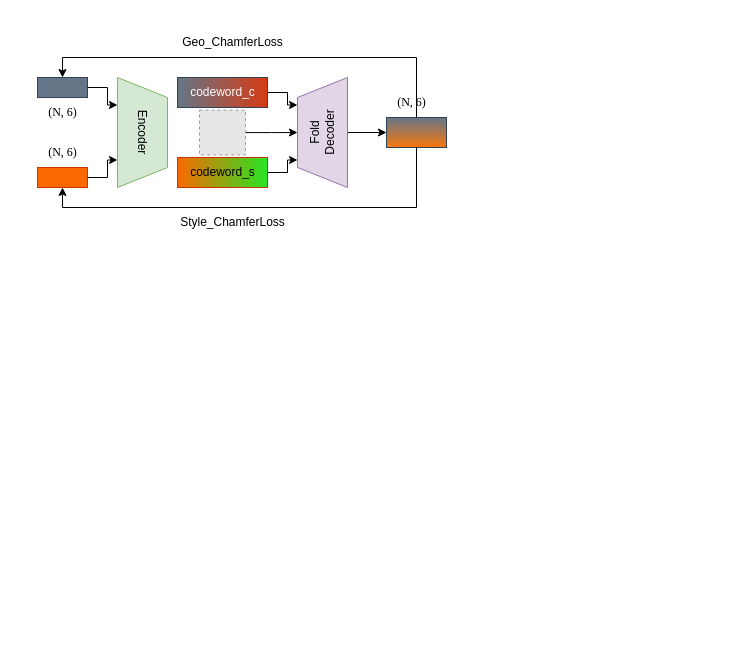
Earlier version of the draw.io diagram 未命名绘图.drawio (susu-attempt/mychart). Source tidied: cells renumbered, new cells numbered last; positions are measured from the earlier drawing's top-left corner, leaving out a move shared by most shapes. Both pictures are drawn from the tidied source at 100%, with x=0, y=0 at pixel (17, 17). Pictures stored in the file or linked from it are replaced by grey dashed boxes.
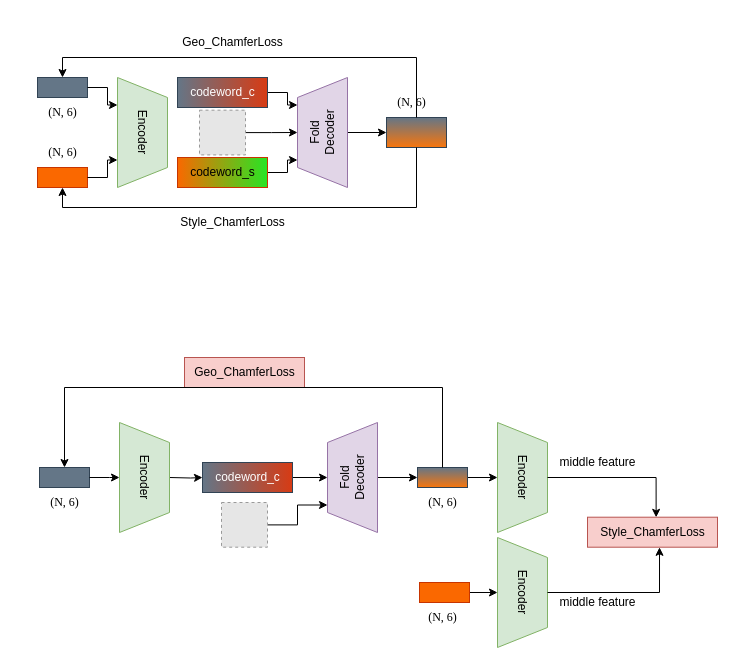
The same diagram, later.

Commit message:
更新未命名绘图.drawio

Change to the diagram source:
```diff
@@
+    <mxCell id="25" style="edgeStyle=orthogonalEdgeStyle;rounded=0;jettySize=auto;html=1;" parent="1" edge="1" target="32">
+      <mxGeometry relative="1" as="geometry">
+        <mxPoint x="152" y="460" as="sourcePoint" />
+      </mxGeometry>
+    </mxCell>
+    <mxCell id="26" style="group;" parent="1" vertex="1">
+      <mxGeometry x="2" y="400" width="70" height="160" as="geometry" />
+    </mxCell>
+    <mxCell id="27" style="rounded=0;whiteSpace=wrap;html=1;fillColor=#647687;fontColor=#ffffff;strokeColor=#314354;" parent="26" vertex="1">
+      <mxGeometry x="20" y="50" width="50" height="20" as="geometry" />
+    </mxCell>
+    <mxCell id="28" value="(N, 6)" style="text;html=1;align=center;verticalAlign=middle;strokeColor=none;fillColor=none;fontFamily=Times New Roman;" parent="26" vertex="1">
+      <mxGeometry x="20" y="70" width="50" height="30" as="geometry" />
+    </mxCell>
+    <mxCell id="29" style="edgeStyle=orthogonalEdgeStyle;rounded=0;jettySize=auto;html=1;entryX=0;entryY=0.5;entryDx=0;entryDy=0;" parent="1" edge="1" source="30" target="38">
+      <mxGeometry relative="1" as="geometry" />
+    </mxCell>
+    <mxCell id="30" value="Fold&lt;div&gt;Decoder&lt;/div&gt;" style="shape=trapezoid;perimeter=trapezoidPerimeter;whiteSpace=wrap;html=1;fixedSize=1;rotation=-90;fillColor=#e1d5e7;strokeColor=#9673a6;" parent="1" vertex="1">
+      <mxGeometry x="280" y="435" width="110" height="50" as="geometry" />
+    </mxCell>
+    <mxCell id="31" style="edgeStyle=orthogonalEdgeStyle;rounded=0;jettySize=auto;html=1;entryX=0.5;entryY=0;entryDx=0;entryDy=0;" parent="1" edge="1" source="32" target="30">
+      <mxGeometry relative="1" as="geometry" />
+    </mxCell>
+    <mxCell id="32" value="codeword_c" style="text;html=1;align=center;verticalAlign=middle;points=[];fillColor=#647687;gradientDirection=east;fontColor=#ffffff;strokeColor=#314354;gradientColor=#d73b14;" parent="1" vertex="1">
+      <mxGeometry x="185" y="445" width="90" height="30" as="geometry" />
+    </mxCell>
+    <mxCell id="33" style="edgeStyle=orthogonalEdgeStyle;rounded=0;jettySize=auto;html=1;entryX=0.25;entryY=0;entryDx=0;entryDy=0;" parent="1" edge="1" source="34" target="30">
+      <mxGeometry relative="1" as="geometry" />
+    </mxCell>
+    <mxCell id="34" style="fillColor=#E6E6E6;strokeColor=#999999;dashed=1;verticalLabelPosition=bottom;labelBackgroundColor=default;verticalAlign=top;" parent="1" vertex="1">
+      <mxGeometry x="204" y="485" width="46" height="44.7" as="geometry" />
+    </mxCell>
+    <mxCell id="35" style="group;" parent="1" vertex="1">
+      <mxGeometry x="420" y="340" width="140" height="160" as="geometry" />
+    </mxCell>
+    <mxCell id="36" value="(N, 6)" style="text;html=1;align=center;verticalAlign=middle;strokeColor=none;fillColor=none;fontFamily=Times New Roman;" parent="35" vertex="1">
+      <mxGeometry x="-20" y="130" width="50" height="30" as="geometry" />
+    </mxCell>
+    <mxCell id="37" style="edgeStyle=orthogonalEdgeStyle;rounded=0;jettySize=auto;html=1;" parent="35" edge="1" source="38" target="39">
+      <mxGeometry relative="1" as="geometry" />
+    </mxCell>
+    <mxCell id="38" style="rounded=0;whiteSpace=wrap;html=1;fillColor=#647687;fontColor=#ffffff;strokeColor=#314354;gradientColor=#f8760d;" parent="35" vertex="1">
+      <mxGeometry x="-20" y="110" width="50" height="20" as="geometry" />
+    </mxCell>
+    <mxCell id="39" value="Encoder" style="shape=trapezoid;perimeter=trapezoidPerimeter;whiteSpace=wrap;html=1;fixedSize=1;rotation=90;fillColor=#d5e8d4;strokeColor=#82b366;" parent="35" vertex="1">
+      <mxGeometry x="30" y="95" width="110" height="50" as="geometry" />
+    </mxCell>
+    <mxCell id="40" style="edgeStyle=orthogonalEdgeStyle;rounded=0;jettySize=auto;html=1;entryX=0.5;entryY=1;entryDx=0;entryDy=0;" parent="1" edge="1" source="27">
+      <mxGeometry relative="1" as="geometry">
+        <mxPoint x="102" y="460" as="targetPoint" />
+      </mxGeometry>
+    </mxCell>
+    <mxCell id="41" value="Geo_ChamferLoss" style="text;html=1;align=center;verticalAlign=middle;strokeColor=#b85450;fillColor=#f8cecc;" parent="1" vertex="1">
+      <mxGeometry x="167" y="340" width="120" height="30" as="geometry" />
+    </mxCell>
+    <mxCell id="42" value="Style_ChamferLoss" style="text;html=1;align=center;verticalAlign=middle;points=[];strokeColor=#b85450;fillColor=#f8cecc;" parent="1" vertex="1">
+      <mxGeometry x="570" y="499.7" width="130" height="30" as="geometry" />
+    </mxCell>
+    <mxCell id="43" style="edgeStyle=orthogonalEdgeStyle;rounded=0;jettySize=auto;html=1;" parent="1" edge="1" source="44" target="50">
+      <mxGeometry relative="1" as="geometry" />
+    </mxCell>
+    <mxCell id="44" style="rounded=0;whiteSpace=wrap;html=1;fillColor=#fa6800;fontColor=#000000;strokeColor=#C73500;" parent="1" vertex="1">
+      <mxGeometry x="402" y="565" width="50" height="20" as="geometry" />
+    </mxCell>
+    <mxCell id="45" value="(N, 6)" style="text;html=1;align=center;verticalAlign=middle;strokeColor=none;fillColor=none;fontFamily=Times New Roman;" parent="1" vertex="1">
+      <mxGeometry x="400" y="585" width="50" height="30" as="geometry" />
+    </mxCell>
+    <mxCell id="46" style="edgeStyle=orthogonalEdgeStyle;rounded=0;jettySize=auto;html=1;entryX=0.5;entryY=0;entryDx=0;entryDy=0;" parent="1" edge="1" source="38" target="27">
+      <mxGeometry relative="1" as="geometry">
+        <Array as="points">
+          <mxPoint x="425" y="370" />
+          <mxPoint x="47" y="370" />
+        </Array>
+      </mxGeometry>
+    </mxCell>
+    <mxCell id="47" value="middle feature" style="text;html=1;align=center;verticalAlign=middle;strokeColor=none;fillColor=none;" parent="1" vertex="1">
+      <mxGeometry x="530" y="430" width="100" height="30" as="geometry" />
+    </mxCell>
+    <mxCell id="48" value="middle feature" style="text;html=1;align=center;verticalAlign=middle;strokeColor=none;fillColor=none;" parent="1" vertex="1">
+      <mxGeometry x="530" y="570" width="100" height="30" as="geometry" />
+    </mxCell>
+    <mxCell id="49" value="Encoder" style="shape=trapezoid;perimeter=trapezoidPerimeter;whiteSpace=wrap;html=1;fixedSize=1;rotation=90;fillColor=#d5e8d4;strokeColor=#82b366;" parent="1" vertex="1">
+      <mxGeometry x="72" y="435" width="110" height="50" as="geometry" />
+    </mxCell>
+    <mxCell id="50" value="Encoder" style="shape=trapezoid;perimeter=trapezoidPerimeter;whiteSpace=wrap;html=1;fixedSize=1;rotation=90;fillColor=#d5e8d4;strokeColor=#82b366;" parent="1" vertex="1">
+      <mxGeometry x="450" y="550" width="110" height="50" as="geometry" />
+    </mxCell>
+    <mxCell id="51" style="edgeStyle=orthogonalEdgeStyle;rounded=0;jettySize=auto;html=1;entryX=0.528;entryY=0.004;entryDx=0;entryDy=0;entryPerimeter=0;" parent="1" edge="1" source="39" target="42">
+      <mxGeometry relative="1" as="geometry" />
+    </mxCell>
+    <mxCell id="52" style="edgeStyle=orthogonalEdgeStyle;rounded=0;jettySize=auto;html=1;entryX=0.554;entryY=1.004;entryDx=0;entryDy=0;entryPerimeter=0;" parent="1" edge="1" source="50" target="42">
+      <mxGeometry relative="1" as="geometry" />
+    </mxCell>
```
